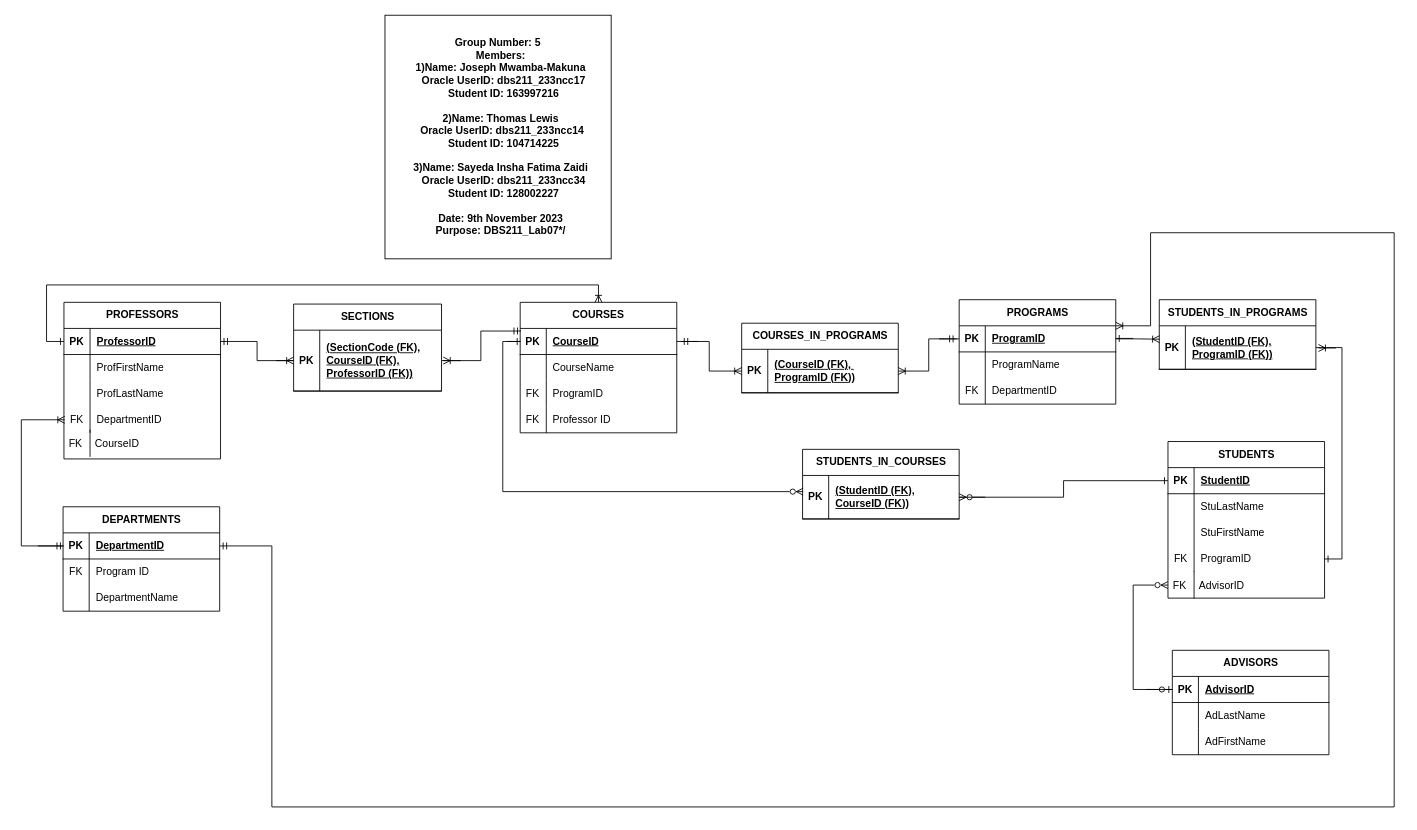
The draw.io diagram Lab07_Group5_NCC.drawio in Treliuz/DBS, before the edit. Source tidied: cells renumbered, new cells numbered last; positions are measured from the earlier drawing's top-left corner, leaving out a move shared by most shapes. Both pictures are drawn from the tidied source at 87%, with x=0, y=0 at pixel (21, 15).
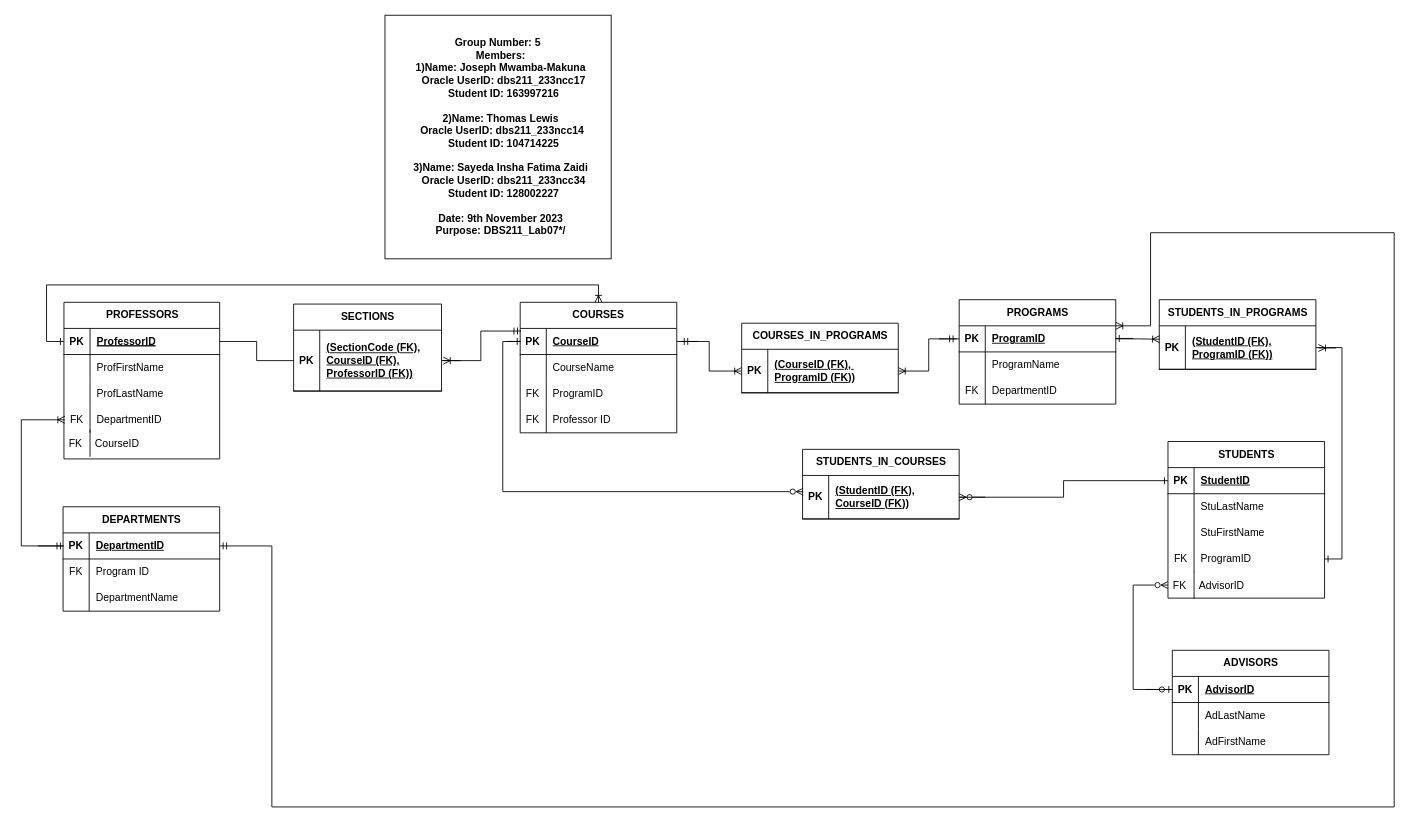
After the change.

Unchanged cells that the change refers to:
```xml
<mxCell id="40" style="group;" parent="1" vertex="1">
  <mxGeometry x="342" y="330" width="190" height="180" as="geometry" />
</mxCell>
<mxCell id="61" style="shape=tableRow;horizontal=0;startSize=0;swimlaneHead=0;swimlaneBody=0;fillColor=none;points=[[0,0.5],[1,0.5]];portConstraint=eastwest;top=0;left=0;right=0;bottom=1;" parent="60" vertex="1">
  <mxGeometry y="30" width="170" height="70" as="geometry" />
</mxCell>
```

The edit, as a diff of the source:
```diff
@@
     <mxCell id="41" value="PROFESSORS" style="shape=table;startSize=30;childLayout=tableLayout;rowLines=0;fontStyle=1;align=center;html=1;" parent="40" vertex="1">
-      <mxGeometry x="-293" width="180" height="180" as="geometry" />
+      <mxGeometry x="-293" width="179" height="180" as="geometry" />
     </mxCell>
     <mxCell id="42" style="shape=tableRow;horizontal=0;startSize=0;swimlaneHead=0;swimlaneBody=0;fillColor=none;points=[[0,0.5],[1,0.5]];portConstraint=eastwest;top=0;left=0;right=0;bottom=1;" parent="41" vertex="1">
-      <mxGeometry y="30" width="180" height="30" as="geometry" />
+      <mxGeometry y="30" width="179" height="30" as="geometry" />
     </mxCell>
@@
-    <mxCell id="44" value="ProfessorID" style="shape=partialRectangle;fillColor=none;top=0;left=0;bottom=0;right=0;align=left;spacingLeft=6;fontStyle=5;overflow=hidden;whiteSpace=wrap;html=1;" parent="42" vertex="1">
-      <mxGeometry x="30" width="150" height="30" as="geometry" />
+    <mxCell id="44" value="&lt;u&gt;ProfessorID&lt;/u&gt;" style="shape=partialRectangle;fillColor=none;top=0;left=0;bottom=0;right=0;align=left;spacingLeft=6;fontStyle=5;overflow=hidden;whiteSpace=wrap;html=1;" parent="42" vertex="1">
+      <mxGeometry x="30" width="149" height="30" as="geometry" />
     </mxCell>
     <mxCell id="45" style="shape=tableRow;horizontal=0;startSize=0;swimlaneHead=0;swimlaneBody=0;fillColor=none;top=0;left=0;right=0;bottom=0;" parent="41" vertex="1">
-      <mxGeometry y="60" width="180" height="30" as="geometry" />
+      <mxGeometry y="60" width="179" height="30" as="geometry" />
     </mxCell>
@@
     <mxCell id="47" value="ProfFirstName" style="shape=partialRectangle;fillColor=none;top=0;left=0;bottom=0;right=0;align=left;spacingLeft=6;overflow=hidden;whiteSpace=wrap;html=1;" parent="45" vertex="1">
-      <mxGeometry x="30" width="150" height="30" as="geometry" />
+      <mxGeometry x="30" width="149" height="30" as="geometry" />
     </mxCell>
     <mxCell id="48" style="shape=tableRow;horizontal=0;startSize=0;swimlaneHead=0;swimlaneBody=0;fillColor=none;top=0;left=0;right=0;bottom=0;" parent="41" vertex="1">
-      <mxGeometry y="90" width="180" height="30" as="geometry" />
+      <mxGeometry y="90" width="179" height="30" as="geometry" />
     </mxCell>
@@
     <mxCell id="50" value="ProfLastName" style="shape=partialRectangle;fillColor=none;top=0;left=0;bottom=0;right=0;align=left;spacingLeft=6;overflow=hidden;whiteSpace=wrap;html=1;" parent="48" vertex="1">
-      <mxGeometry x="30" width="150" height="30" as="geometry" />
+      <mxGeometry x="30" width="149" height="30" as="geometry" />
     </mxCell>
     <mxCell id="51" style="shape=tableRow;horizontal=0;startSize=0;swimlaneHead=0;swimlaneBody=0;fillColor=none;top=0;left=0;right=0;bottom=0;" parent="41" vertex="1">
-      <mxGeometry y="120" width="180" height="30" as="geometry" />
+      <mxGeometry y="120" width="179" height="30" as="geometry" />
     </mxCell>
@@
     <mxCell id="53" value="DepartmentID" style="shape=partialRectangle;fillColor=none;top=0;left=0;bottom=0;right=0;align=left;spacingLeft=6;overflow=hidden;whiteSpace=wrap;html=1;" parent="51" vertex="1">
-      <mxGeometry x="30" width="150" height="30" as="geometry" />
+      <mxGeometry x="30" width="149" height="30" as="geometry" />
     </mxCell>
@@
-    <mxCell id="64" style="edgeStyle=orthogonalEdgeStyle;rounded=0;jettySize=auto;html=1;exitX=0;exitY=0.5;exitDx=0;exitDy=0;entryX=1;entryY=0.5;entryDx=0;entryDy=0;endArrow=ERmandOne;endFill=0;" parent="40" edge="1" source="61" target="42">
-      <mxGeometry relative="1" as="geometry" />
-    </mxCell>
-    <mxCell id="65" style="endArrow=ERoneToMany;html=1;rounded=0;endFill=0;" parent="40" edge="1">
-      <mxGeometry relative="1" as="geometry">
-        <mxPoint x="-49" y="67" as="sourcePoint" />
-        <mxPoint x="-29" y="67" as="targetPoint" />
-      </mxGeometry>
-    </mxCell>
+    <mxCell id="126" style="edgeStyle=orthogonalEdgeStyle;rounded=0;jettySize=auto;html=1;exitX=1;exitY=0.5;exitDx=0;exitDy=0;entryX=0;entryY=0.5;entryDx=0;entryDy=0;startArrow=none;startFill=0;endArrow=none;endFill=0;" parent="40" edge="1" source="42" target="61">
+      <mxGeometry relative="1" as="geometry" />
+    </mxCell>
```
